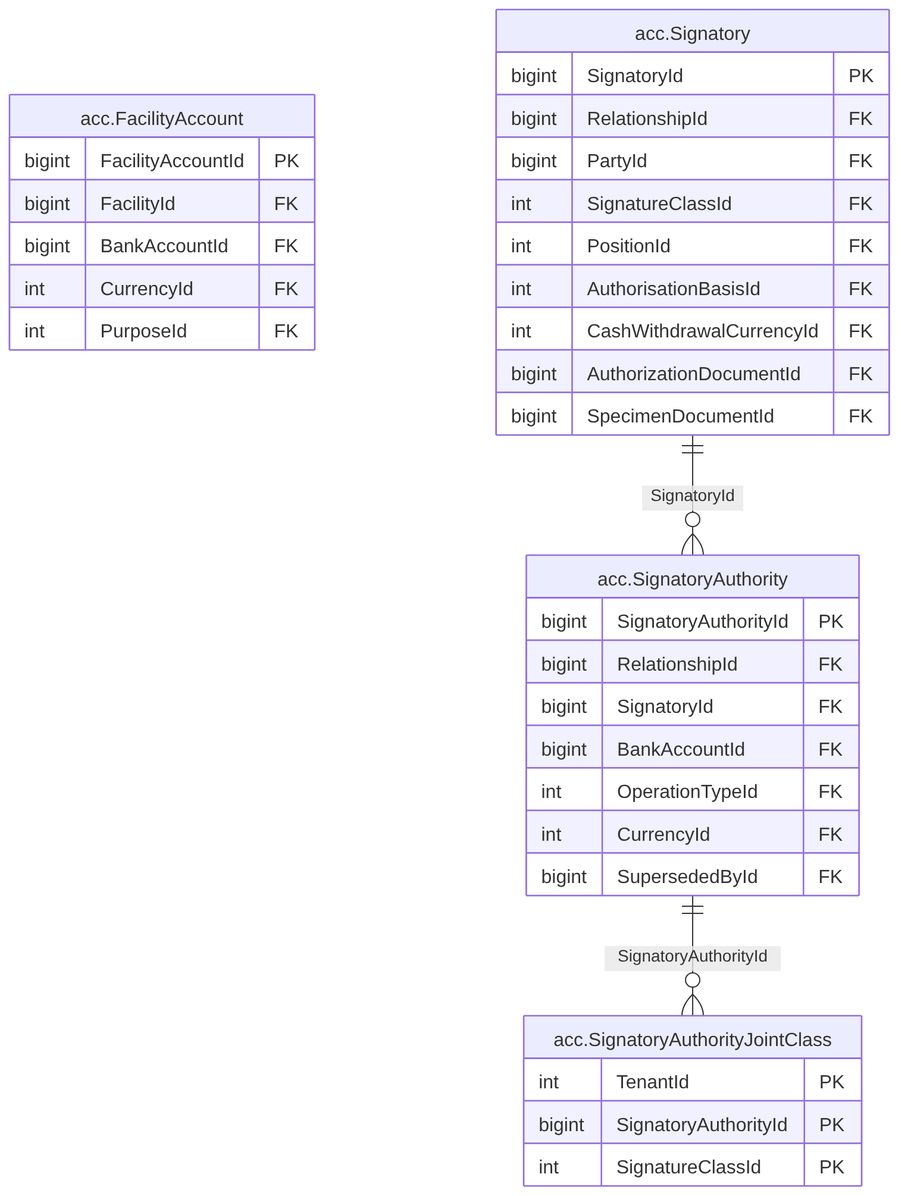
Before: treasury-platform/docs/diagrams/erd/m2_3_institutions_3.png, a diagram exported from Mermaid (thawrasy/smartlines). Its source is kept beside it as treasury-platform/docs/diagrams/erd/m2_3_institutions_3.mmd.
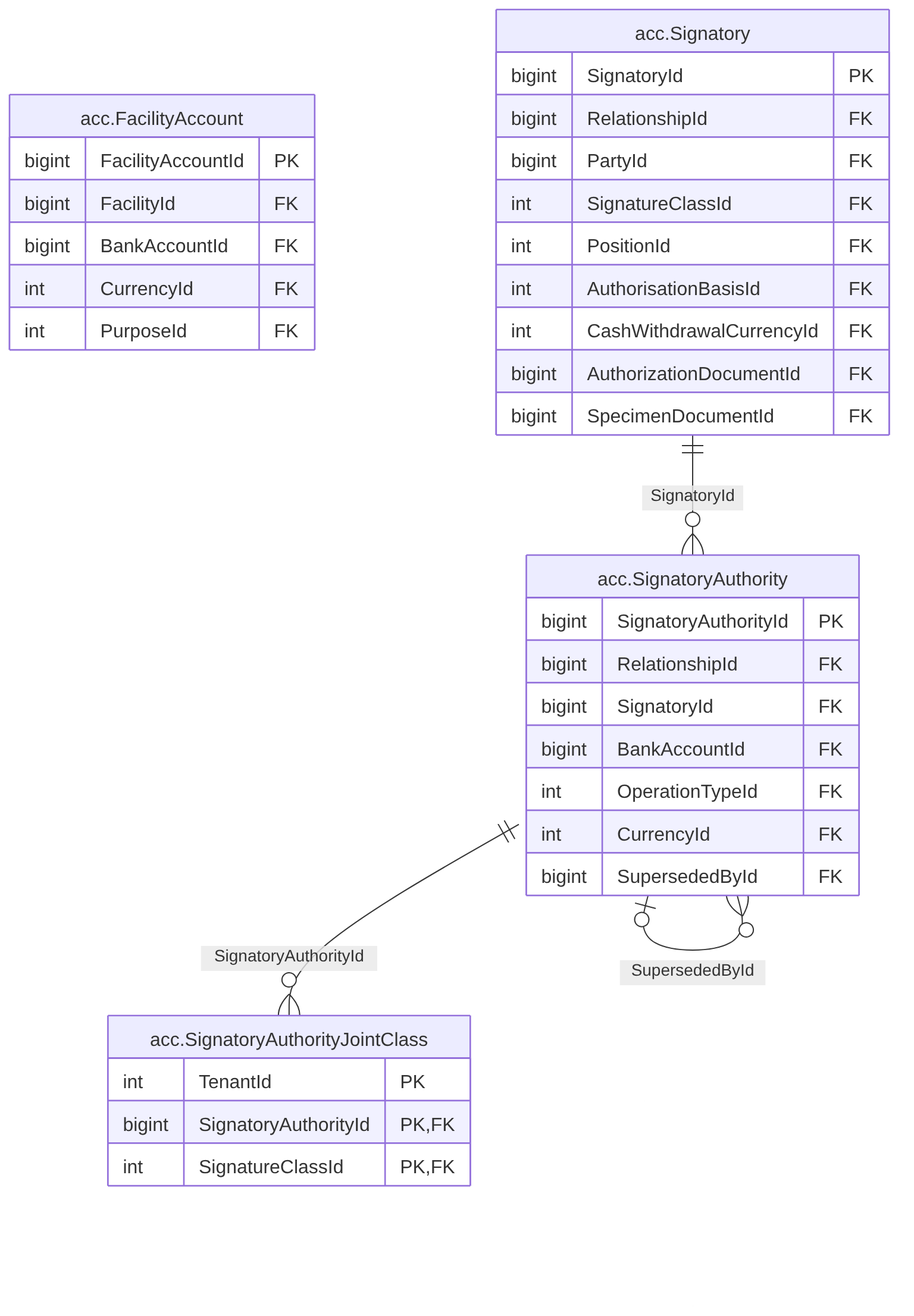
Above is the later version.

Diff of the diagram source:
```diff
@@ -28,8 +28,9 @@
   }
   acc_SignatoryAuthorityJointClass["acc.SignatoryAuthorityJointClass"] {
     int TenantId PK
-    bigint SignatoryAuthorityId PK
-    int SignatureClassId PK
+    bigint SignatoryAuthorityId PK, FK
+    int SignatureClassId PK, FK
   }
   acc_Signatory ||--o{ acc_SignatoryAuthority : "SignatoryId"
+  acc_SignatoryAuthority |o--o{ acc_SignatoryAuthority : "SupersededById"
   acc_SignatoryAuthority ||--o{ acc_SignatoryAuthorityJointClass : "SignatoryAuthorityId"
```
